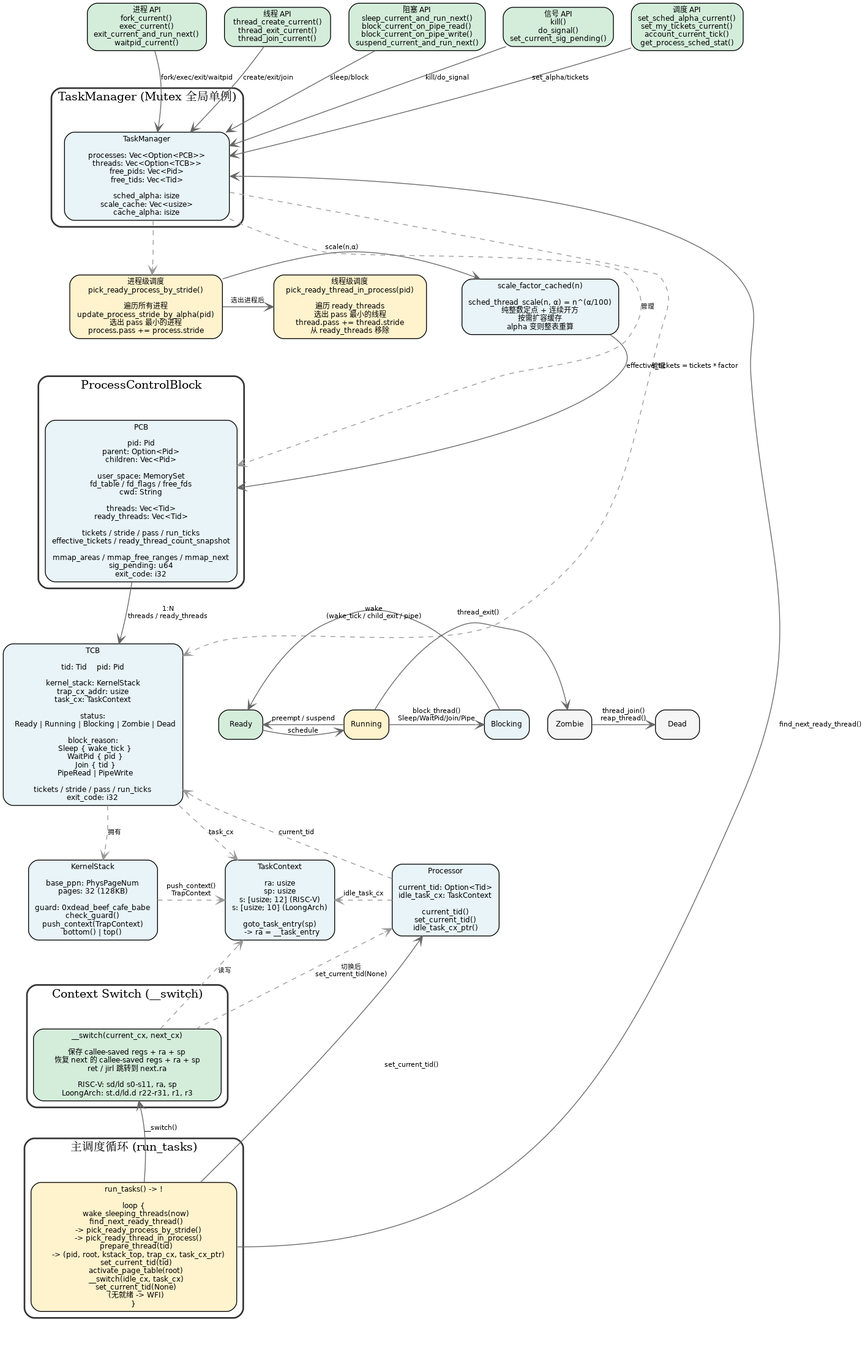
amieon/RmikuOS keeps this Graphviz diagram as docs/images/process.png. Above is the earlier version. Its source is kept beside it as docs/dot/process.dot.
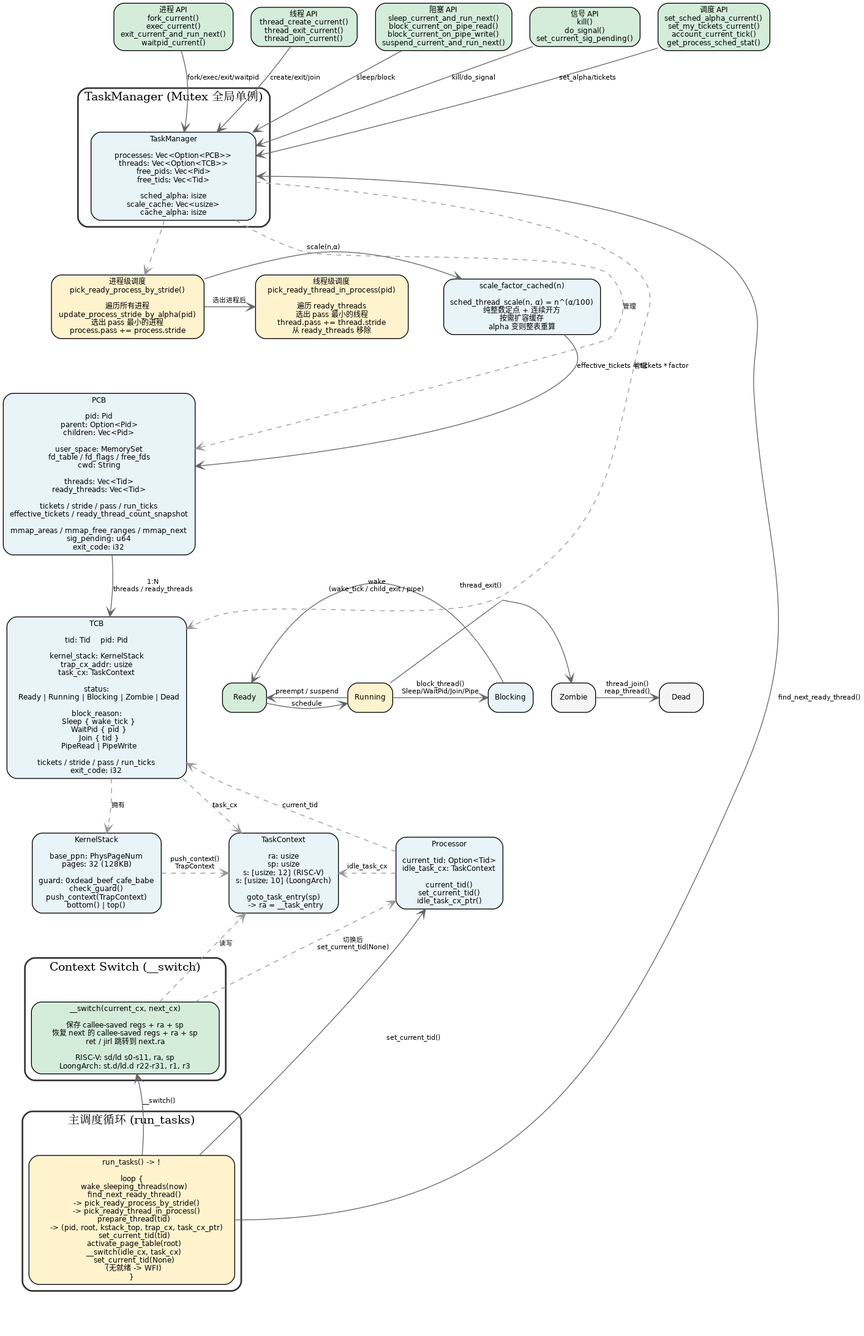
After the commit.

The edit, as a diff of the source:
```diff
@@ -85,12 +85,7 @@
 alpha 变则整表重算", fillcolor="#E8F4F8", width=2.4];
     }
 
-    subgraph cluster_pcb {
-        label="ProcessControlBlock";
-        style=rounded;
-        color="#333333";
-        fillcolor="#F0F8FF";
-        penwidth=2;
+
 
         PCB [label="PCB
 
@@ -111,14 +106,14 @@
 mmap_areas / mmap_free_ranges / mmap_next
 sig_pending: u64
 exit_code: i32", fillcolor="#E8F4F8", width=2.6];
-    }
+
 
     subgraph cluster_tcb {
         label="ThreadControlBlock";
-        style=rounded;
-        color="#333333";
-        fillcolor="#F0F8FF";
-        penwidth=2;
+        style="rounded,filled";
+        color="#000000";
+        fillcolor="#E8F5E9";
+        penwidth=5;
 
         TCB [label="TCB
 
@@ -139,6 +134,12 @@
 
 tickets / stride / pass / run_ticks
 exit_code: i32", fillcolor="#E8F4F8", width=2.6];
+
+        StReady [label="Ready", fillcolor="#D4EDDA"];
+        StRun [label="Running", fillcolor="#FFF3CD"];
+        StBlock [label="Blocking", fillcolor="#E8F4F8"];
+        StZombie [label="Zombie", fillcolor="#F5F5F5"];
+        StDead [label="Dead", fillcolor="#F5F5F5"];
     }
 
     subgraph cluster_ctx {
@@ -217,30 +218,6 @@
 }", fillcolor="#FFF3CD", width=3.5];
     }
 
-    subgraph cluster_fsm {
-        label="线程状态机";
-        style=rounded;
-        color="#B8D4E3";
-        fillcolor="#F0F8FF";
-        penwidth=1;
-
-        StReady [label="Ready", fillcolor="#D4EDDA"];
-        StRun [label="Running", fillcolor="#FFF3CD"];
-        StBlock [label="Blocking", fillcolor="#E8F4F8"];
-        StZombie [label="Zombie", fillcolor="#F5F5F5"];
-        StDead [label="Dead", fillcolor="#F5F5F5"];
-
-        StReady -> StRun [label="schedule"];
-        StRun -> StReady [label="preempt / suspend"];
-        StRun -> StBlock [label="block_thread()
-Sleep/WaitPid/Join/Pipe"];
-        StBlock -> StReady [label="wake
-(wake_tick / child_exit / pipe)"];
-        StRun -> StZombie [label="thread_exit()"];
-        StZombie -> StDead [label="thread_join()
-reap_thread()"];
-    }
-
     R_TM  [shape=point, width=0, height=0, style=invis];
     R_MID [shape=point, width=0, height=0, style=invis];
     R_LOOP [shape=point, width=0, height=0, style=invis];
@@ -300,6 +277,16 @@
     Loop -> Proc [label="set_current_tid()", constraint=false];
     Loop -> SW [label="__switch()", constraint=false];
 
+    StReady -> StRun [label="schedule"];
+    StRun -> StReady [label="preempt / suspend"];
+    StRun -> StBlock [label="block_thread()
+Sleep/WaitPid/Join/Pipe"];
+    StBlock -> StReady [label="wake
+(wake_tick / child_exit / pipe)"];
+    StRun -> StZombie [label="thread_exit()"];
+    StZombie -> StDead [label="thread_join()
+reap_thread()"];
+
     {rank=same; API_PROC; API_THR; API_BLK; API_SIG; API_SCHED}
     {rank=same; PSched; TSched; Scale}
     {rank=same; KS; CX; Proc}
```
